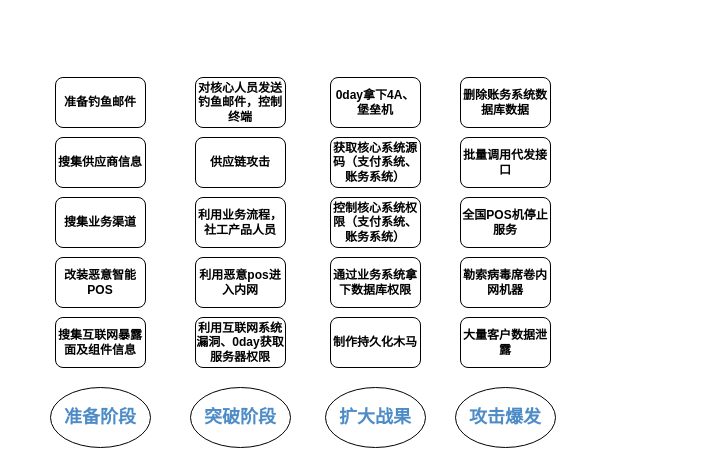
Earlier version of the draw.io diagram page "第 4 页" (4 of 4) of sandbox.drawio (razor/1102_decoration). Source tidied: cells renumbered, new cells numbered last; positions are measured from the earlier drawing's top-left corner, leaving out a move shared by most shapes. Both pictures are drawn from the tidied source at 100%, with x=0, y=0 at pixel (50, 77).
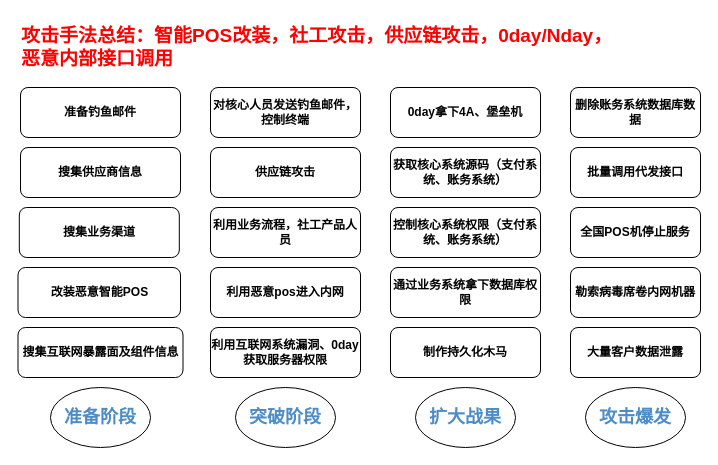
Above is the later version.

What changed in the source:
```diff
@@
     <mxCell id="2" value="改装恶意智能POS" style="rounded=1;whiteSpace=wrap;html=1;fontStyle=1;" parent="1" vertex="1">
-      <mxGeometry x="5" y="180" width="90" height="50" as="geometry" />
+      <mxGeometry x="-32.5" y="190" width="162.5" height="50" as="geometry" />
     </mxCell>
@@
     <mxCell id="4" value="&lt;font style=&quot;font-size: 18px;&quot;&gt;突破阶段&lt;/font&gt;" style="ellipse;whiteSpace=wrap;html=1;fontStyle=1;fontColor=#4d8cc7;" parent="1" vertex="1">
-      <mxGeometry x="140" y="310" width="100" height="60" as="geometry" />
+      <mxGeometry x="185" y="310" width="100" height="60" as="geometry" />
     </mxCell>
     <mxCell id="5" value="&lt;span style=&quot;font-size: 18px;&quot;&gt;扩大战果&lt;/span&gt;" style="ellipse;whiteSpace=wrap;html=1;fontStyle=1;fontColor=#4d8cc7;" parent="1" vertex="1">
-      <mxGeometry x="275" y="310" width="100" height="60" as="geometry" />
+      <mxGeometry x="365" y="310" width="100" height="60" as="geometry" />
     </mxCell>
     <mxCell id="6" value="搜集供应商信息" style="rounded=1;whiteSpace=wrap;html=1;fontStyle=1;" parent="1" vertex="1">
-      <mxGeometry x="5" y="60" width="90" height="50" as="geometry" />
+      <mxGeometry x="-30" y="70" width="160" height="50" as="geometry" />
     </mxCell>
     <mxCell id="7" value="搜集业务渠道" style="rounded=1;whiteSpace=wrap;html=1;fontStyle=1;" parent="1" vertex="1">
-      <mxGeometry x="5" y="120" width="90" height="50" as="geometry" />
+      <mxGeometry x="-31.2" y="130" width="160" height="50" as="geometry" />
     </mxCell>
     <mxCell id="8" value="准备钓鱼邮件" style="rounded=1;whiteSpace=wrap;html=1;fontStyle=1;" parent="1" vertex="1">
-      <mxGeometry x="5" width="90" height="50" as="geometry" />
+      <mxGeometry x="-30" y="10" width="160" height="50" as="geometry" />
     </mxCell>
     <mxCell id="9" value="搜集互联网暴露面及组件信息" style="rounded=1;whiteSpace=wrap;html=1;fontStyle=1;" parent="1" vertex="1">
-      <mxGeometry x="5" y="240" width="90" height="50" as="geometry" />
+      <mxGeometry x="-32.5" y="250" width="165" height="50" as="geometry" />
     </mxCell>
     <mxCell id="10" value="利用恶意pos进入内网" style="rounded=1;whiteSpace=wrap;html=1;fontStyle=1;" parent="1" vertex="1">
-      <mxGeometry x="145" y="180" width="90" height="50" as="geometry" />
+      <mxGeometry x="160" y="190" width="150" height="50" as="geometry" />
     </mxCell>
     <mxCell id="11" value="供应链攻击" style="rounded=1;whiteSpace=wrap;html=1;fontStyle=1;" parent="1" vertex="1">
-      <mxGeometry x="145" y="60" width="90" height="50" as="geometry" />
+      <mxGeometry x="160" y="70" width="150" height="50" as="geometry" />
     </mxCell>
     <mxCell id="12" value="利用业务流程，社工产品人员" style="rounded=1;whiteSpace=wrap;html=1;fontStyle=1;" parent="1" vertex="1">
-      <mxGeometry x="145" y="120" width="90" height="50" as="geometry" />
+      <mxGeometry x="160" y="130" width="150" height="50" as="geometry" />
     </mxCell>
     <mxCell id="13" value="对核心人员发送钓鱼邮件，控制终端" style="rounded=1;whiteSpace=wrap;html=1;fontStyle=1;" parent="1" vertex="1">
-      <mxGeometry x="145" width="90" height="50" as="geometry" />
+      <mxGeometry x="160" y="10" width="150" height="50" as="geometry" />
     </mxCell>
     <mxCell id="14" value="利用互联网系统漏洞、0day获取服务器权限" style="rounded=1;whiteSpace=wrap;html=1;fontStyle=1;" parent="1" vertex="1">
-      <mxGeometry x="145" y="240" width="90" height="50" as="geometry" />
+      <mxGeometry x="160" y="250" width="150" height="50" as="geometry" />
     </mxCell>
     <mxCell id="15" value="通过业务系统拿下数据库权限" style="rounded=1;whiteSpace=wrap;html=1;fontStyle=1;" parent="1" vertex="1">
-      <mxGeometry x="280" y="180" width="90" height="50" as="geometry" />
+      <mxGeometry x="340" y="190" width="150" height="50" as="geometry" />
     </mxCell>
     <mxCell id="16" value="获取核心系统源码（支付系统、账务系统）" style="rounded=1;whiteSpace=wrap;html=1;fontStyle=1;" parent="1" vertex="1">
-      <mxGeometry x="280" y="60" width="90" height="50" as="geometry" />
+      <mxGeometry x="340" y="70" width="150" height="50" as="geometry" />
     </mxCell>
     <mxCell id="17" value="控制核心系统权限（支付系统、账务系统）" style="rounded=1;whiteSpace=wrap;html=1;fontStyle=1;" parent="1" vertex="1">
-      <mxGeometry x="280" y="120" width="90" height="50" as="geometry" />
+      <mxGeometry x="340" y="130" width="150" height="50" as="geometry" />
     </mxCell>
     <mxCell id="18" value="0day拿下4A、堡垒机" style="rounded=1;whiteSpace=wrap;html=1;fontStyle=1;" parent="1" vertex="1">
-      <mxGeometry x="280" width="90" height="50" as="geometry" />
+      <mxGeometry x="340" y="10" width="150" height="50" as="geometry" />
     </mxCell>
     <mxCell id="19" value="制作持久化木马" style="rounded=1;whiteSpace=wrap;html=1;fontStyle=1;" parent="1" vertex="1">
-      <mxGeometry x="280" y="240" width="90" height="50" as="geometry" />
+      <mxGeometry x="340" y="250" width="150" height="50" as="geometry" />
     </mxCell>
     <mxCell id="20" value="&lt;span style=&quot;font-size: 18px;&quot;&gt;攻击爆发&lt;/span&gt;" style="ellipse;whiteSpace=wrap;html=1;fontStyle=1;fontColor=#4d8cc7;" parent="1" vertex="1">
-      <mxGeometry x="405" y="310" width="100" height="60" as="geometry" />
+      <mxGeometry x="535" y="310" width="100" height="60" as="geometry" />
     </mxCell>
     <mxCell id="21" value="勒索病毒席卷内网机器" style="rounded=1;whiteSpace=wrap;html=1;fontStyle=1;" parent="1" vertex="1">
-      <mxGeometry x="410" y="180" width="90" height="50" as="geometry" />
+      <mxGeometry x="520" y="190" width="130" height="50" as="geometry" />
     </mxCell>
     <mxCell id="22" value="批量调用代发接口" style="rounded=1;whiteSpace=wrap;html=1;fontStyle=1;" parent="1" vertex="1">
-      <mxGeometry x="410" y="60" width="90" height="50" as="geometry" />
+      <mxGeometry x="520" y="70" width="130" height="50" as="geometry" />
     </mxCell>
     <mxCell id="23" value="全国POS机停止服务" style="rounded=1;whiteSpace=wrap;html=1;fontStyle=1;" parent="1" vertex="1">
-      <mxGeometry x="410" y="120" width="90" height="50" as="geometry" />
+      <mxGeometry x="520" y="130" width="130" height="50" as="geometry" />
     </mxCell>
     <mxCell id="24" value="删除账务系统数据库数据" style="rounded=1;whiteSpace=wrap;html=1;fontStyle=1;" parent="1" vertex="1">
-      <mxGeometry x="410" width="90" height="50" as="geometry" />
+      <mxGeometry x="520" y="10" width="130" height="50" as="geometry" />
     </mxCell>
     <mxCell id="25" value="大量客户数据泄露" style="rounded=1;whiteSpace=wrap;html=1;fontStyle=1;" parent="1" vertex="1">
-      <mxGeometry x="410" y="240" width="90" height="50" as="geometry" />
+      <mxGeometry x="520" y="250" width="130" height="50" as="geometry" />
     </mxCell>
+    <mxCell id="26" value="攻击手法总结：智能POS改装，社工攻击，供应链攻击，0day/Nday，恶意内部接口调用" style="text;html=1;strokeColor=none;fillColor=none;align=left;verticalAlign=middle;whiteSpace=wrap;rounded=0;fontStyle=1;fontSize=19;fontColor=#FF0000;" parent="1" vertex="1">
+      <mxGeometry x="-31.2" y="-60" width="601.2" height="60" as="geometry" />
+    </mxCell>
```
